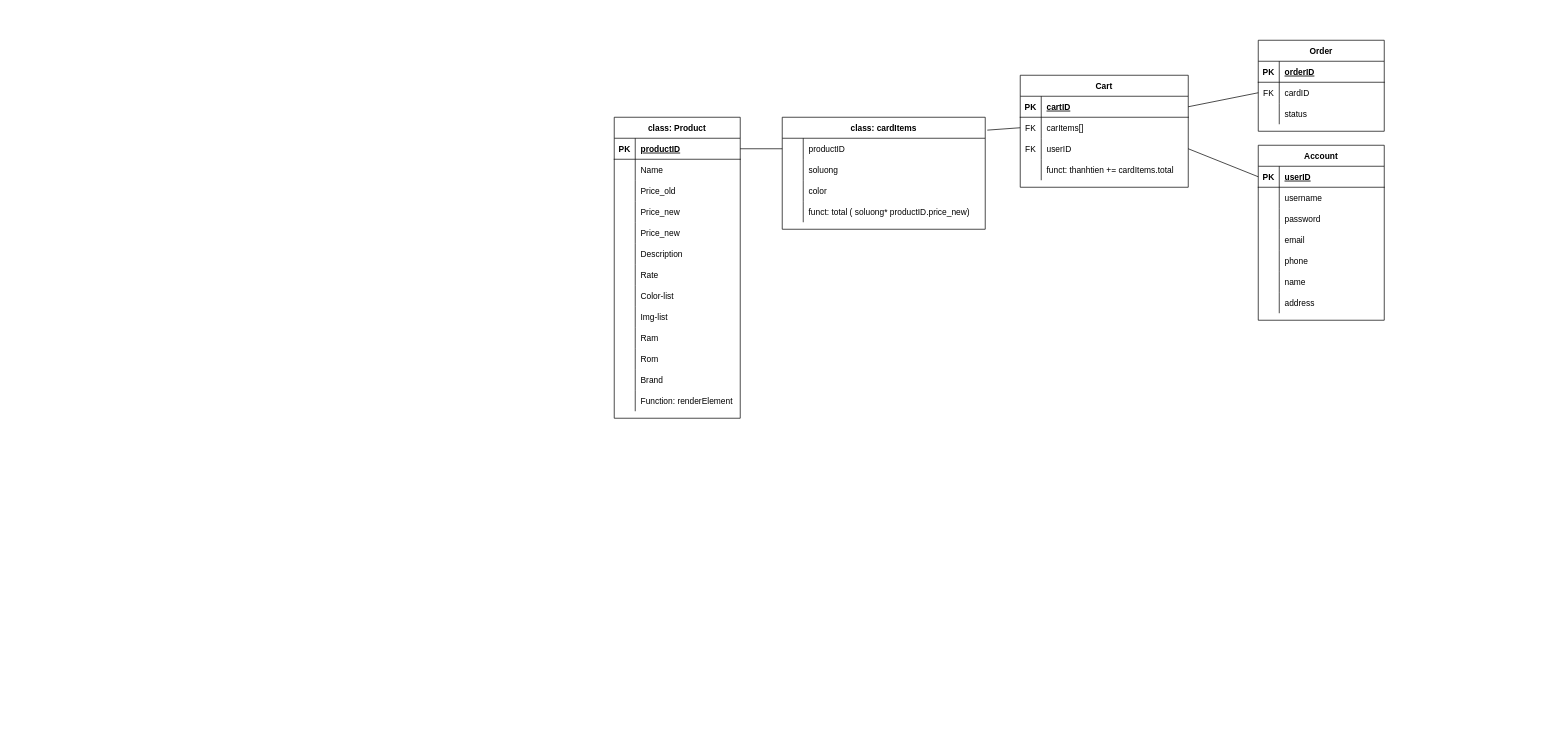
The draw.io diagram CSDL_WEB.drawio in huykhaduy/huykhaduy, before the edit. Source tidied: cells renumbered, new cells numbered last; positions are measured from the earlier drawing's top-left corner, leaving out a move shared by most shapes. Both pictures are drawn from the tidied source at 70%, with x=0, y=0 at pixel (614, 40).
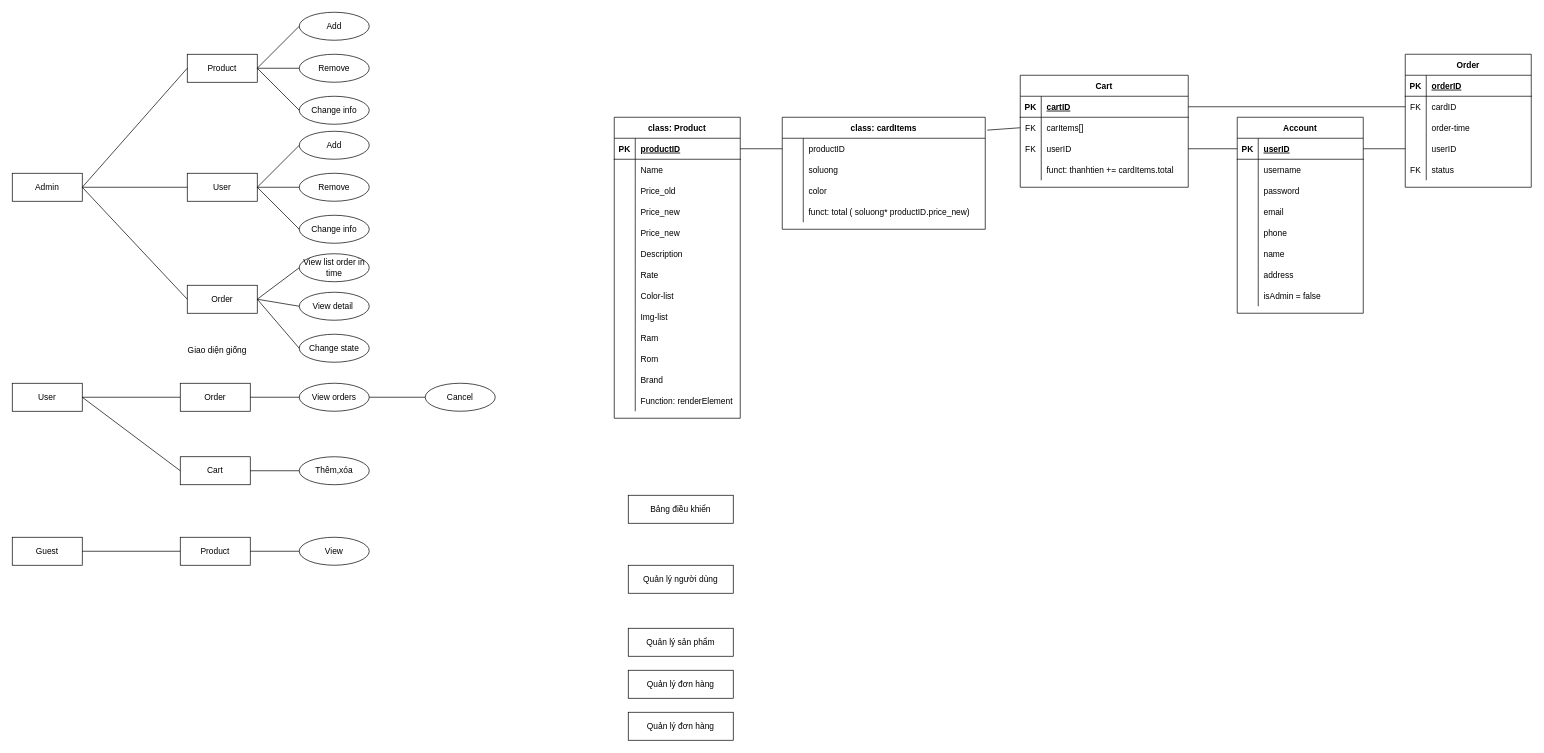
The same diagram, later.

Unchanged cells that the change refers to:
```xml
<mxCell id="56" style="shape=partialRectangle;fillColor=none;top=0;left=0;bottom=1;right=0;points=[[0,0.5],[1,0.5]];portConstraint=eastwest;" parent="55" vertex="1">
  <mxGeometry y="30" width="180" height="30" as="geometry" />
</mxCell>
```

Change to the diagram source:
```diff
@@
     <mxCell id="55" value="Account" style="shape=table;startSize=30;childLayout=tableLayout;rowLines=0;fontStyle=1;align=center;" parent="1" vertex="1">
-      <mxGeometry x="920" y="150" width="180" height="250" as="geometry" />
+      <mxGeometry x="890" y="110" width="180" height="280" as="geometry" />
     </mxCell>
@@
+    <mxCell id="104" style="shape=partialRectangle;fillColor=none;top=0;left=0;bottom=0;right=0;" parent="55" vertex="1">
+      <mxGeometry y="240" width="180" height="30" as="geometry" />
+    </mxCell>
+    <mxCell id="105" style="shape=partialRectangle;fillColor=none;top=0;left=0;bottom=0;right=0;overflow=hidden;" parent="104" vertex="1">
+      <mxGeometry width="30" height="30" as="geometry" />
+    </mxCell>
+    <mxCell id="106" value="isAdmin = false" style="shape=partialRectangle;fillColor=none;top=0;left=0;bottom=0;right=0;align=left;spacingLeft=6;overflow=hidden;" parent="104" vertex="1">
+      <mxGeometry x="30" width="150" height="30" as="geometry" />
+    </mxCell>
@@
     <mxCell id="78" value="Order" style="shape=table;startSize=30;childLayout=tableLayout;rowLines=0;fontStyle=1;align=center;" parent="1" vertex="1">
-      <mxGeometry x="920" width="180" height="130" as="geometry" />
+      <mxGeometry x="1130" y="20" width="180" height="190" as="geometry" />
     </mxCell>
@@
+    <mxCell id="107" style="shape=partialRectangle;fillColor=none;top=0;left=0;bottom=0;right=0;" parent="78" vertex="1">
+      <mxGeometry y="90" width="180" height="30" as="geometry" />
+    </mxCell>
+    <mxCell id="108" style="shape=partialRectangle;fillColor=none;top=0;left=0;bottom=0;right=0;overflow=hidden;" parent="107" vertex="1">
+      <mxGeometry width="30" height="30" as="geometry" />
+    </mxCell>
+    <mxCell id="109" value="order-time" style="shape=partialRectangle;fillColor=none;top=0;left=0;bottom=0;right=0;align=left;spacingLeft=6;overflow=hidden;" parent="107" vertex="1">
+      <mxGeometry x="30" width="150" height="30" as="geometry" />
+    </mxCell>
     <mxCell id="85" style="shape=partialRectangle;fillColor=none;top=0;left=0;bottom=0;right=0;points=[[0,0.5],[1,0.5]];portConstraint=eastwest;" parent="78" vertex="1">
-      <mxGeometry y="90" width="180" height="30" as="geometry" />
+      <mxGeometry y="120" width="180" height="30" as="geometry" />
     </mxCell>
@@
-    <mxCell id="87" value="status" style="shape=partialRectangle;fillColor=none;top=0;left=0;bottom=0;right=0;align=left;spacingLeft=6;overflow=hidden;" parent="85" vertex="1">
+    <mxCell id="87" value="userID" style="shape=partialRectangle;fillColor=none;top=0;left=0;bottom=0;right=0;align=left;spacingLeft=6;overflow=hidden;" parent="85" vertex="1">
       <mxGeometry x="30" width="150" height="30" as="geometry" />
     </mxCell>
+    <mxCell id="110" style="shape=partialRectangle;fillColor=none;top=0;left=0;bottom=0;right=0;" parent="78" vertex="1">
+      <mxGeometry y="150" width="180" height="30" as="geometry" />
+    </mxCell>
+    <mxCell id="111" value="FK" style="shape=partialRectangle;fillColor=none;top=0;left=0;bottom=0;right=0;overflow=hidden;" parent="110" vertex="1">
+      <mxGeometry width="30" height="30" as="geometry" />
+    </mxCell>
+    <mxCell id="112" value="status" style="shape=partialRectangle;fillColor=none;top=0;left=0;bottom=0;right=0;align=left;spacingLeft=6;overflow=hidden;" parent="110" vertex="1">
+      <mxGeometry x="30" width="150" height="30" as="geometry" />
+    </mxCell>
@@
+    <mxCell id="113" value="Bảng điều khiển" style="rounded=0;whiteSpace=wrap;html=1;" parent="1" vertex="1">
+      <mxGeometry x="20" y="650" width="150" height="40" as="geometry" />
+    </mxCell>
+    <mxCell id="114" value="Quản lý người dùng" style="rounded=0;whiteSpace=wrap;html=1;" parent="1" vertex="1">
+      <mxGeometry x="20" y="750" width="150" height="40" as="geometry" />
+    </mxCell>
+    <mxCell id="115" value="Quản lý sản phẩm" style="rounded=0;whiteSpace=wrap;html=1;" parent="1" vertex="1">
+      <mxGeometry x="20" y="840" width="150" height="40" as="geometry" />
+    </mxCell>
+    <mxCell id="116" value="Quản lý đơn hàng" style="rounded=0;whiteSpace=wrap;html=1;" parent="1" vertex="1">
+      <mxGeometry x="20" y="900" width="150" height="40" as="geometry" />
+    </mxCell>
+    <mxCell id="117" value="Quản lý đơn hàng" style="rounded=0;whiteSpace=wrap;html=1;" parent="1" vertex="1">
+      <mxGeometry x="20" y="960" width="150" height="40" as="geometry" />
+    </mxCell>
+    <mxCell id="118" style="endArrow=none;html=1;rounded=0;exitX=0;exitY=0.5;exitDx=0;exitDy=0;entryX=1;entryY=0.5;entryDx=0;entryDy=0;" parent="1" edge="1" source="85" target="56">
+      <mxGeometry relative="1" as="geometry" />
+    </mxCell>
+    <mxCell id="119" value="Admin" style="whiteSpace=wrap;html=1;align=center;" parent="1" vertex="1">
+      <mxGeometry x="-860" y="190" width="100" height="40" as="geometry" />
+    </mxCell>
+    <mxCell id="120" value="Guest" style="whiteSpace=wrap;html=1;align=center;" parent="1" vertex="1">
+      <mxGeometry x="-860" y="710" width="100" height="40" as="geometry" />
+    </mxCell>
+    <mxCell id="121" value="User" style="whiteSpace=wrap;html=1;align=center;" parent="1" vertex="1">
+      <mxGeometry x="-860" y="490" width="100" height="40" as="geometry" />
+    </mxCell>
+    <mxCell id="122" value="Product" style="whiteSpace=wrap;html=1;align=center;" parent="1" vertex="1">
+      <mxGeometry x="-610" y="20" width="100" height="40" as="geometry" />
+    </mxCell>
+    <mxCell id="123" style="endArrow=none;html=1;rounded=0;exitX=1;exitY=0.5;exitDx=0;exitDy=0;entryX=0;entryY=0.5;entryDx=0;entryDy=0;" parent="1" edge="1" source="119" target="122">
+      <mxGeometry relative="1" as="geometry" />
+    </mxCell>
+    <mxCell id="124" style="group;" parent="1" vertex="1">
+      <mxGeometry x="-450" y="-40" width="100" height="160" as="geometry" />
+    </mxCell>
+    <mxCell id="125" value="Add" style="ellipse;whiteSpace=wrap;html=1;align=center;" parent="124" vertex="1">
+      <mxGeometry width="100" height="40" as="geometry" />
+    </mxCell>
+    <mxCell id="126" value="Remove" style="ellipse;whiteSpace=wrap;html=1;align=center;" parent="124" vertex="1">
+      <mxGeometry y="60" width="100" height="40" as="geometry" />
+    </mxCell>
+    <mxCell id="127" value="Change info" style="ellipse;whiteSpace=wrap;html=1;align=center;" parent="124" vertex="1">
+      <mxGeometry y="120" width="100" height="40" as="geometry" />
+    </mxCell>
+    <mxCell id="128" style="endArrow=none;html=1;rounded=0;exitX=1;exitY=0.5;exitDx=0;exitDy=0;entryX=0;entryY=0.5;entryDx=0;entryDy=0;" parent="1" edge="1" source="122" target="125">
+      <mxGeometry relative="1" as="geometry" />
+    </mxCell>
+    <mxCell id="129" style="endArrow=none;html=1;rounded=0;exitX=1;exitY=0.5;exitDx=0;exitDy=0;entryX=0;entryY=0.5;entryDx=0;entryDy=0;" parent="1" edge="1" source="122" target="126">
+      <mxGeometry relative="1" as="geometry" />
+    </mxCell>
+    <mxCell id="130" style="endArrow=none;html=1;rounded=0;exitX=1;exitY=0.5;exitDx=0;exitDy=0;entryX=0;entryY=0.5;entryDx=0;entryDy=0;" parent="1" edge="1" source="122" target="127">
+      <mxGeometry relative="1" as="geometry" />
+    </mxCell>
+    <mxCell id="131" value="User" style="whiteSpace=wrap;html=1;align=center;" parent="1" vertex="1">
+      <mxGeometry x="-610" y="190" width="100" height="40" as="geometry" />
+    </mxCell>
+    <mxCell id="132" style="endArrow=none;html=1;rounded=0;exitX=1;exitY=0.5;exitDx=0;exitDy=0;entryX=0;entryY=0.5;entryDx=0;entryDy=0;" parent="1" edge="1" source="119" target="131">
+      <mxGeometry relative="1" as="geometry" />
+    </mxCell>
+    <mxCell id="133" style="group;" parent="1" vertex="1">
+      <mxGeometry x="-450" y="130" width="100" height="160" as="geometry" />
+    </mxCell>
+    <mxCell id="134" value="Add" style="ellipse;whiteSpace=wrap;html=1;align=center;" parent="133" vertex="1">
+      <mxGeometry width="100" height="40" as="geometry" />
+    </mxCell>
+    <mxCell id="135" value="Remove" style="ellipse;whiteSpace=wrap;html=1;align=center;" parent="133" vertex="1">
+      <mxGeometry y="60" width="100" height="40" as="geometry" />
+    </mxCell>
+    <mxCell id="136" value="Change info" style="ellipse;whiteSpace=wrap;html=1;align=center;" parent="133" vertex="1">
+      <mxGeometry y="120" width="100" height="40" as="geometry" />
+    </mxCell>
+    <mxCell id="137" style="endArrow=none;html=1;rounded=0;exitX=1;exitY=0.5;exitDx=0;exitDy=0;entryX=0;entryY=0.5;entryDx=0;entryDy=0;" parent="1" edge="1" source="131" target="134">
+      <mxGeometry relative="1" as="geometry" />
+    </mxCell>
+    <mxCell id="138" style="endArrow=none;html=1;rounded=0;exitX=1;exitY=0.5;exitDx=0;exitDy=0;entryX=0;entryY=0.5;entryDx=0;entryDy=0;" parent="1" edge="1" source="131" target="135">
+      <mxGeometry relative="1" as="geometry" />
+    </mxCell>
+    <mxCell id="139" style="endArrow=none;html=1;rounded=0;exitX=1;exitY=0.5;exitDx=0;exitDy=0;entryX=0;entryY=0.5;entryDx=0;entryDy=0;" parent="1" edge="1" source="131" target="136">
+      <mxGeometry relative="1" as="geometry" />
+    </mxCell>
+    <mxCell id="140" value="Order" style="whiteSpace=wrap;html=1;align=center;" parent="1" vertex="1">
+      <mxGeometry x="-610" y="350" width="100" height="40" as="geometry" />
+    </mxCell>
+    <mxCell id="141" style="endArrow=none;html=1;rounded=0;exitX=1;exitY=0.5;exitDx=0;exitDy=0;entryX=0;entryY=0.5;entryDx=0;entryDy=0;" parent="1" edge="1" source="119" target="140">
+      <mxGeometry relative="1" as="geometry" />
+    </mxCell>
+    <mxCell id="142" value="View list order in&lt;br&gt;time" style="ellipse;whiteSpace=wrap;html=1;align=center;" parent="1" vertex="1">
+      <mxGeometry x="-450" y="305" width="100" height="40" as="geometry" />
+    </mxCell>
+    <mxCell id="143" value="View detail&amp;nbsp;" style="ellipse;whiteSpace=wrap;html=1;align=center;" parent="1" vertex="1">
+      <mxGeometry x="-450" y="360" width="100" height="40" as="geometry" />
+    </mxCell>
+    <mxCell id="144" value="Change state" style="ellipse;whiteSpace=wrap;html=1;align=center;" parent="1" vertex="1">
+      <mxGeometry x="-450" y="420" width="100" height="40" as="geometry" />
+    </mxCell>
+    <mxCell id="145" style="endArrow=none;html=1;rounded=0;exitX=1;exitY=0.5;exitDx=0;exitDy=0;entryX=0;entryY=0.5;entryDx=0;entryDy=0;" parent="1" edge="1" source="140" target="142">
+      <mxGeometry relative="1" as="geometry" />
+    </mxCell>
+    <mxCell id="146" style="endArrow=none;html=1;rounded=0;exitX=1;exitY=0.5;exitDx=0;exitDy=0;entryX=0;entryY=0.5;entryDx=0;entryDy=0;" parent="1" edge="1" source="140" target="143">
+      <mxGeometry relative="1" as="geometry" />
+    </mxCell>
+    <mxCell id="147" style="endArrow=none;html=1;rounded=0;exitX=1;exitY=0.5;exitDx=0;exitDy=0;entryX=0;entryY=0.5;entryDx=0;entryDy=0;" parent="1" edge="1" source="140" target="144">
+      <mxGeometry relative="1" as="geometry" />
+    </mxCell>
+    <mxCell id="148" style="endArrow=none;html=1;rounded=0;exitX=1;exitY=0.5;exitDx=0;exitDy=0;entryX=0;entryY=0.5;entryDx=0;entryDy=0;" parent="1" edge="1" source="121" target="149">
+      <mxGeometry relative="1" as="geometry" />
+    </mxCell>
+    <mxCell id="149" value="Order" style="whiteSpace=wrap;html=1;align=center;" parent="1" vertex="1">
+      <mxGeometry x="-620" y="490" width="100" height="40" as="geometry" />
+    </mxCell>
+    <mxCell id="150" value="View orders" style="ellipse;whiteSpace=wrap;html=1;align=center;" parent="1" vertex="1">
+      <mxGeometry x="-450" y="490" width="100" height="40" as="geometry" />
+    </mxCell>
+    <mxCell id="151" style="endArrow=none;html=1;rounded=0;exitX=1;exitY=0.5;exitDx=0;exitDy=0;entryX=0;entryY=0.5;entryDx=0;entryDy=0;" parent="1" edge="1" source="149" target="150">
+      <mxGeometry relative="1" as="geometry" />
+    </mxCell>
+    <mxCell id="152" value="Cart" style="whiteSpace=wrap;html=1;align=center;" parent="1" vertex="1">
+      <mxGeometry x="-620" y="595" width="100" height="40" as="geometry" />
+    </mxCell>
+    <mxCell id="153" style="endArrow=none;html=1;rounded=0;exitX=1;exitY=0.5;exitDx=0;exitDy=0;entryX=0;entryY=0.5;entryDx=0;entryDy=0;" parent="1" edge="1" source="121" target="152">
+      <mxGeometry relative="1" as="geometry" />
+    </mxCell>
+    <mxCell id="154" value="Thêm,xóa" style="ellipse;whiteSpace=wrap;html=1;align=center;" parent="1" vertex="1">
+      <mxGeometry x="-450" y="595" width="100" height="40" as="geometry" />
+    </mxCell>
+    <mxCell id="155" style="endArrow=none;html=1;rounded=0;exitX=1;exitY=0.5;exitDx=0;exitDy=0;entryX=0;entryY=0.5;entryDx=0;entryDy=0;" parent="1" edge="1" source="152" target="154">
+      <mxGeometry relative="1" as="geometry" />
+    </mxCell>
+    <mxCell id="156" value="Product" style="whiteSpace=wrap;html=1;align=center;" parent="1" vertex="1">
+      <mxGeometry x="-620" y="710" width="100" height="40" as="geometry" />
+    </mxCell>
+    <mxCell id="157" style="endArrow=none;html=1;rounded=0;exitX=1;exitY=0.5;exitDx=0;exitDy=0;entryX=0;entryY=0.5;entryDx=0;entryDy=0;" parent="1" edge="1" source="120" target="156">
+      <mxGeometry relative="1" as="geometry" />
+    </mxCell>
+    <mxCell id="158" value="View" style="ellipse;whiteSpace=wrap;html=1;align=center;" parent="1" vertex="1">
+      <mxGeometry x="-450" y="710" width="100" height="40" as="geometry" />
+    </mxCell>
+    <mxCell id="159" style="endArrow=none;html=1;rounded=0;exitX=1;exitY=0.5;exitDx=0;exitDy=0;entryX=0;entryY=0.5;entryDx=0;entryDy=0;" parent="1" edge="1" source="150" target="160">
+      <mxGeometry relative="1" as="geometry" />
+    </mxCell>
+    <mxCell id="160" value="Cancel" style="ellipse;whiteSpace=wrap;html=1;align=center;" parent="1" vertex="1">
+      <mxGeometry x="-270" y="490" width="100" height="40" as="geometry" />
+    </mxCell>
+    <mxCell id="161" value="Giao diện giống" style="text;strokeColor=none;fillColor=none;spacingLeft=4;spacingRight=4;overflow=hidden;fontSize=12;" parent="1" vertex="1">
+      <mxGeometry x="-615" y="430" width="110" height="30" as="geometry" />
+    </mxCell>
+    <mxCell id="162" style="endArrow=none;html=1;rounded=0;exitX=1;exitY=0.5;exitDx=0;exitDy=0;entryX=0;entryY=0.5;entryDx=0;entryDy=0;" parent="1" edge="1" source="156" target="158">
+      <mxGeometry relative="1" as="geometry" />
+    </mxCell>
```
